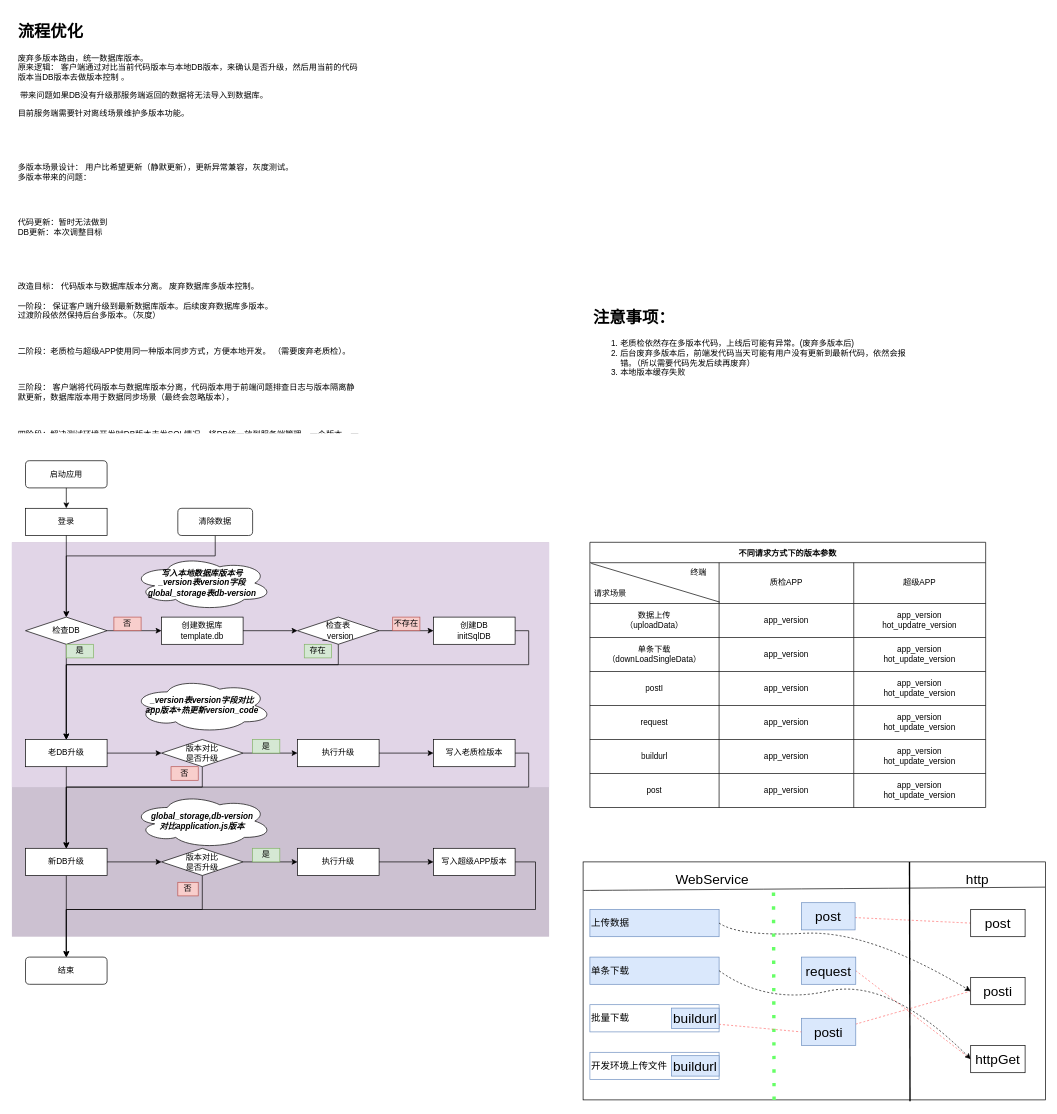
Before: sync-data/Untitled Diagram.drawio in jsven/design-draw, a draw.io diagram. Source tidied: cells renumbered, new cells numbered last; positions are measured from the earlier drawing's top-left corner, leaving out a move shared by most shapes. Both pictures are drawn from the tidied source at 68%, with x=0, y=0 at pixel (12, 18).
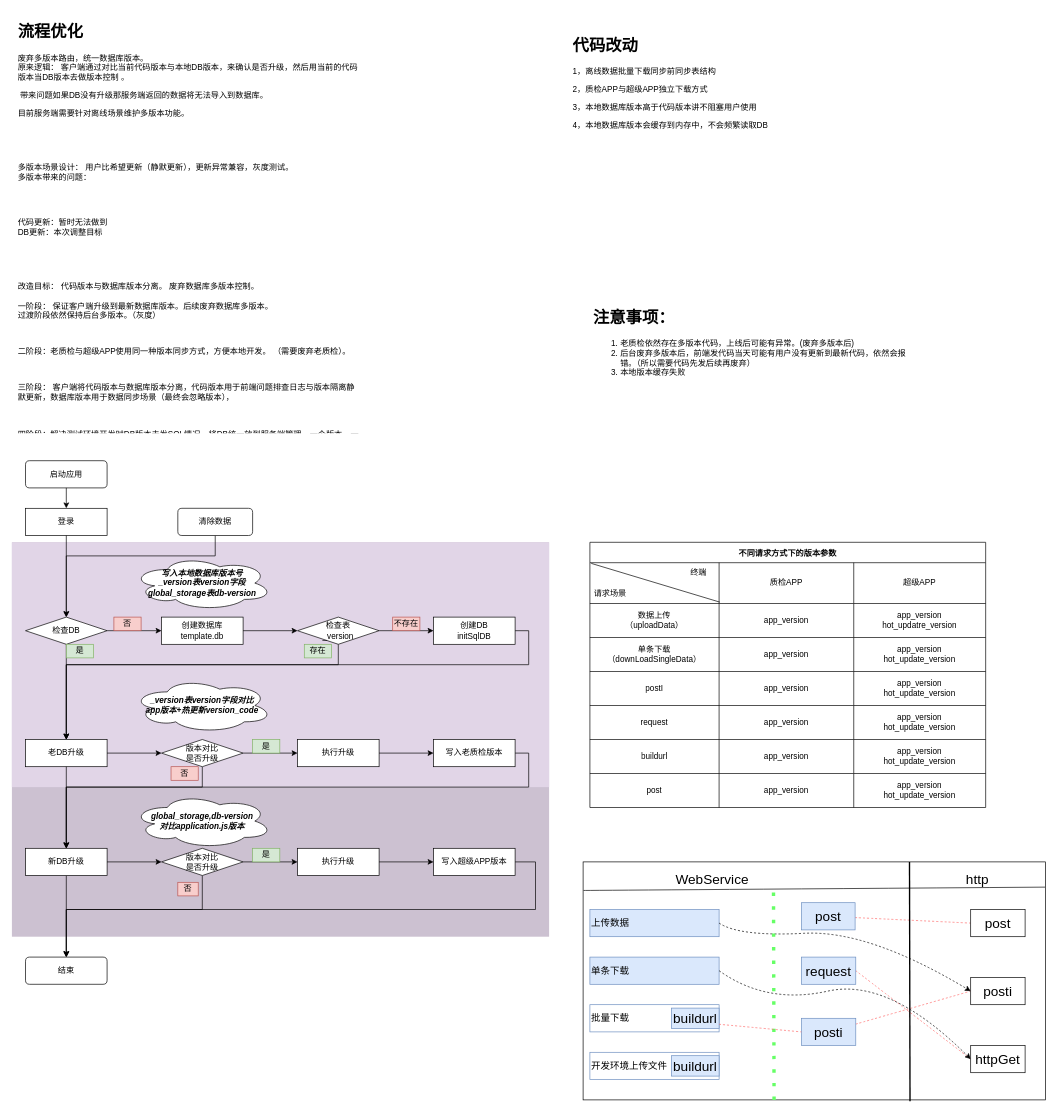
The same page after the edit.

Change to the diagram source:
```diff
@@
+    <mxCell id="110" value="&lt;h1&gt;代码改动&lt;/h1&gt;&lt;p&gt;1，离线数据批量下载同步前同步表结构&lt;/p&gt;&lt;p&gt;2，质检APP与超级APP独立下载方式&lt;/p&gt;&lt;p&gt;3，本地数据库版本高于代码版本讲不阻塞用户使用&lt;/p&gt;&lt;p&gt;4，本地数据库版本会缓存到内存中，不会频繁读取DB&lt;/p&gt;" style="text;html=1;strokeColor=none;fillColor=none;spacing=5;spacingTop=-20;whiteSpace=wrap;overflow=hidden;rounded=0;" parent="1" vertex="1">
+      <mxGeometry x="820" y="20" width="350" height="180" as="geometry" />
+    </mxCell>
```
